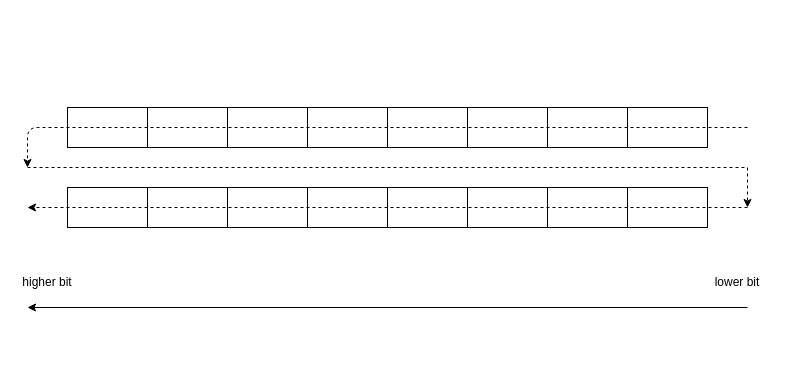
Above: vector1.drawio in Ziyue-Zhang/draw_picture (draw.io), before the change. Source tidied: cells renumbered, new cells numbered last; positions are measured from the earlier drawing's top-left corner, leaving out a move shared by most shapes. Both pictures are drawn from the tidied source at 100%, with x=0, y=0 at pixel (17, 107).
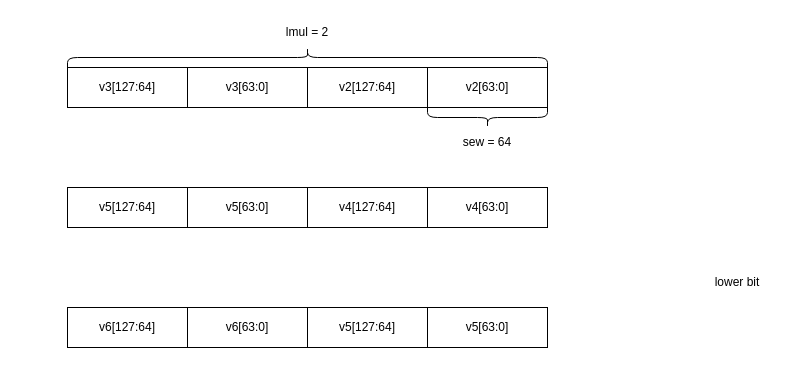
The same page after the edit.

What changed in the source:
```diff
@@
-    <mxCell id="2" style="rounded=0;whiteSpace=wrap;html=1;" parent="1" vertex="1">
-      <mxGeometry x="50" width="80" height="40" as="geometry" />
-    </mxCell>
-    <mxCell id="3" style="rounded=0;whiteSpace=wrap;html=1;" parent="1" vertex="1">
-      <mxGeometry x="130" width="80" height="40" as="geometry" />
-    </mxCell>
-    <mxCell id="4" style="rounded=0;whiteSpace=wrap;html=1;" parent="1" vertex="1">
-      <mxGeometry x="210" width="80" height="40" as="geometry" />
-    </mxCell>
-    <mxCell id="5" style="rounded=0;whiteSpace=wrap;html=1;" parent="1" vertex="1">
-      <mxGeometry x="290" width="80" height="40" as="geometry" />
-    </mxCell>
-    <mxCell id="6" style="rounded=0;whiteSpace=wrap;html=1;" parent="1" vertex="1">
-      <mxGeometry x="370" width="80" height="40" as="geometry" />
-    </mxCell>
-    <mxCell id="7" style="rounded=0;whiteSpace=wrap;html=1;" parent="1" vertex="1">
-      <mxGeometry x="450" width="80" height="40" as="geometry" />
-    </mxCell>
-    <mxCell id="8" style="rounded=0;whiteSpace=wrap;html=1;" parent="1" vertex="1">
-      <mxGeometry x="530" width="80" height="40" as="geometry" />
-    </mxCell>
-    <mxCell id="9" style="rounded=0;whiteSpace=wrap;html=1;" parent="1" vertex="1">
-      <mxGeometry x="610" width="80" height="40" as="geometry" />
-    </mxCell>
-    <mxCell id="10" style="rounded=0;whiteSpace=wrap;html=1;" parent="1" vertex="1">
-      <mxGeometry x="50" y="80" width="80" height="40" as="geometry" />
-    </mxCell>
-    <mxCell id="11" style="rounded=0;whiteSpace=wrap;html=1;" parent="1" vertex="1">
-      <mxGeometry x="130" y="80" width="80" height="40" as="geometry" />
-    </mxCell>
-    <mxCell id="12" style="rounded=0;whiteSpace=wrap;html=1;" parent="1" vertex="1">
-      <mxGeometry x="210" y="80" width="80" height="40" as="geometry" />
-    </mxCell>
-    <mxCell id="13" style="rounded=0;whiteSpace=wrap;html=1;" parent="1" vertex="1">
-      <mxGeometry x="290" y="80" width="80" height="40" as="geometry" />
-    </mxCell>
-    <mxCell id="14" style="rounded=0;whiteSpace=wrap;html=1;" parent="1" vertex="1">
-      <mxGeometry x="370" y="80" width="80" height="40" as="geometry" />
-    </mxCell>
-    <mxCell id="15" style="rounded=0;whiteSpace=wrap;html=1;" parent="1" vertex="1">
-      <mxGeometry x="450" y="80" width="80" height="40" as="geometry" />
-    </mxCell>
-    <mxCell id="16" style="rounded=0;whiteSpace=wrap;html=1;" parent="1" vertex="1">
-      <mxGeometry x="530" y="80" width="80" height="40" as="geometry" />
-    </mxCell>
-    <mxCell id="17" style="rounded=0;whiteSpace=wrap;html=1;" parent="1" vertex="1">
-      <mxGeometry x="610" y="80" width="80" height="40" as="geometry" />
-    </mxCell>
-    <mxCell id="18" style="endArrow=classic;html=1;rounded=1;dashed=1;" parent="1" edge="1">
-      <mxGeometry relative="1" as="geometry">
-        <mxPoint x="730" y="20" as="sourcePoint" />
-        <mxPoint x="10" y="60" as="targetPoint" />
-        <Array as="points">
-          <mxPoint x="10" y="20" />
-        </Array>
-      </mxGeometry>
-    </mxCell>
-    <mxCell id="19" style="endArrow=classic;html=1;rounded=0;" parent="1" edge="1">
-      <mxGeometry relative="1" as="geometry">
-        <mxPoint x="730" y="200" as="sourcePoint" />
-        <mxPoint x="10" y="200" as="targetPoint" />
-      </mxGeometry>
-    </mxCell>
-    <mxCell id="20" value="higher bit" style="text;html=1;strokeColor=none;fillColor=none;align=center;verticalAlign=middle;whiteSpace=wrap;rounded=0;" parent="1" vertex="1">
-      <mxGeometry y="160" width="60" height="30" as="geometry" />
-    </mxCell>
+    <mxCell id="24" style="rounded=0;whiteSpace=wrap;html=1;" parent="1" vertex="1">
+      <mxGeometry x="290" y="-40" width="240" height="40" as="geometry" />
+    </mxCell>
+    <mxCell id="25" style="rounded=0;whiteSpace=wrap;html=1;" parent="1" vertex="1">
+      <mxGeometry x="210" y="-40" width="200" height="40" as="geometry" />
+    </mxCell>
+    <mxCell id="26" style="rounded=0;whiteSpace=wrap;html=1;" parent="1" vertex="1">
+      <mxGeometry x="130" y="-40" width="160" height="40" as="geometry" />
+    </mxCell>
+    <mxCell id="27" style="rounded=0;whiteSpace=wrap;html=1;" parent="1" vertex="1">
+      <mxGeometry x="50" y="-40" width="120" height="40" as="geometry" />
+    </mxCell>
@@
-    <mxCell id="22" style="endArrow=classic;html=1;rounded=0;dashed=1;" parent="1" edge="1">
-      <mxGeometry relative="1" as="geometry">
-        <mxPoint x="10" y="60" as="sourcePoint" />
-        <mxPoint x="730" y="100" as="targetPoint" />
-        <Array as="points">
-          <mxPoint x="730" y="60" />
-        </Array>
-      </mxGeometry>
-    </mxCell>
-    <mxCell id="23" style="endArrow=classic;html=1;rounded=0;dashed=1;" parent="1" edge="1">
-      <mxGeometry relative="1" as="geometry">
-        <mxPoint x="730" y="100" as="sourcePoint" />
-        <mxPoint x="10" y="100" as="targetPoint" />
-      </mxGeometry>
-    </mxCell>
+    <mxCell id="28" value="v3[127:64]" style="text;html=1;strokeColor=none;fillColor=none;align=center;verticalAlign=middle;whiteSpace=wrap;rounded=0;" parent="1" vertex="1">
+      <mxGeometry x="80" y="-35" width="60" height="30" as="geometry" />
+    </mxCell>
+    <mxCell id="29" value="v3[63:0]" style="text;html=1;strokeColor=none;fillColor=none;align=center;verticalAlign=middle;whiteSpace=wrap;rounded=0;" parent="1" vertex="1">
+      <mxGeometry x="200" y="-35" width="60" height="30" as="geometry" />
+    </mxCell>
+    <mxCell id="30" value="v2[127:64]" style="text;html=1;strokeColor=none;fillColor=none;align=center;verticalAlign=middle;whiteSpace=wrap;rounded=0;" parent="1" vertex="1">
+      <mxGeometry x="320" y="-35" width="60" height="30" as="geometry" />
+    </mxCell>
+    <mxCell id="31" value="v2[63:0]" style="text;html=1;strokeColor=none;fillColor=none;align=center;verticalAlign=middle;whiteSpace=wrap;rounded=0;" parent="1" vertex="1">
+      <mxGeometry x="440" y="-35" width="60" height="30" as="geometry" />
+    </mxCell>
+    <mxCell id="32" style="rounded=0;whiteSpace=wrap;html=1;" parent="1" vertex="1">
+      <mxGeometry x="290" y="80" width="240" height="40" as="geometry" />
+    </mxCell>
+    <mxCell id="33" style="rounded=0;whiteSpace=wrap;html=1;" parent="1" vertex="1">
+      <mxGeometry x="210" y="80" width="200" height="40" as="geometry" />
+    </mxCell>
+    <mxCell id="34" style="rounded=0;whiteSpace=wrap;html=1;" parent="1" vertex="1">
+      <mxGeometry x="130" y="80" width="160" height="40" as="geometry" />
+    </mxCell>
+    <mxCell id="35" style="rounded=0;whiteSpace=wrap;html=1;" parent="1" vertex="1">
+      <mxGeometry x="50" y="80" width="120" height="40" as="geometry" />
+    </mxCell>
+    <mxCell id="36" value="v5[127:64]" style="text;html=1;strokeColor=none;fillColor=none;align=center;verticalAlign=middle;whiteSpace=wrap;rounded=0;" parent="1" vertex="1">
+      <mxGeometry x="80" y="85" width="60" height="30" as="geometry" />
+    </mxCell>
+    <mxCell id="37" value="v5[63:0]" style="text;html=1;strokeColor=none;fillColor=none;align=center;verticalAlign=middle;whiteSpace=wrap;rounded=0;" parent="1" vertex="1">
+      <mxGeometry x="200" y="85" width="60" height="30" as="geometry" />
+    </mxCell>
+    <mxCell id="38" value="v4[127:64]" style="text;html=1;strokeColor=none;fillColor=none;align=center;verticalAlign=middle;whiteSpace=wrap;rounded=0;" parent="1" vertex="1">
+      <mxGeometry x="320" y="85" width="60" height="30" as="geometry" />
+    </mxCell>
+    <mxCell id="39" value="v4[63:0]" style="text;html=1;strokeColor=none;fillColor=none;align=center;verticalAlign=middle;whiteSpace=wrap;rounded=0;" parent="1" vertex="1">
+      <mxGeometry x="440" y="85" width="60" height="30" as="geometry" />
+    </mxCell>
+    <mxCell id="40" style="rounded=0;whiteSpace=wrap;html=1;" parent="1" vertex="1">
+      <mxGeometry x="290" y="200" width="240" height="40" as="geometry" />
+    </mxCell>
+    <mxCell id="41" style="rounded=0;whiteSpace=wrap;html=1;" parent="1" vertex="1">
+      <mxGeometry x="210" y="200" width="200" height="40" as="geometry" />
+    </mxCell>
+    <mxCell id="42" style="rounded=0;whiteSpace=wrap;html=1;" parent="1" vertex="1">
+      <mxGeometry x="130" y="200" width="160" height="40" as="geometry" />
+    </mxCell>
+    <mxCell id="43" style="rounded=0;whiteSpace=wrap;html=1;" parent="1" vertex="1">
+      <mxGeometry x="50" y="200" width="120" height="40" as="geometry" />
+    </mxCell>
+    <mxCell id="44" value="v6[127:64]" style="text;html=1;strokeColor=none;fillColor=none;align=center;verticalAlign=middle;whiteSpace=wrap;rounded=0;" parent="1" vertex="1">
+      <mxGeometry x="80" y="205" width="60" height="30" as="geometry" />
+    </mxCell>
+    <mxCell id="45" value="v6[63:0]" style="text;html=1;strokeColor=none;fillColor=none;align=center;verticalAlign=middle;whiteSpace=wrap;rounded=0;" parent="1" vertex="1">
+      <mxGeometry x="200" y="205" width="60" height="30" as="geometry" />
+    </mxCell>
+    <mxCell id="46" value="v5[127:64]" style="text;html=1;strokeColor=none;fillColor=none;align=center;verticalAlign=middle;whiteSpace=wrap;rounded=0;" parent="1" vertex="1">
+      <mxGeometry x="320" y="205" width="60" height="30" as="geometry" />
+    </mxCell>
+    <mxCell id="47" value="v5[63:0]" style="text;html=1;strokeColor=none;fillColor=none;align=center;verticalAlign=middle;whiteSpace=wrap;rounded=0;" parent="1" vertex="1">
+      <mxGeometry x="440" y="205" width="60" height="30" as="geometry" />
+    </mxCell>
+    <mxCell id="48" style="shape=curlyBracket;whiteSpace=wrap;html=1;rounded=1;flipH=1;labelPosition=right;verticalLabelPosition=middle;align=left;verticalAlign=middle;flipV=1;direction=north;" parent="1" vertex="1">
+      <mxGeometry x="50" y="-60" width="480" height="20" as="geometry" />
+    </mxCell>
+    <mxCell id="49" value="lmul = 2" style="text;html=1;strokeColor=none;fillColor=none;align=center;verticalAlign=middle;whiteSpace=wrap;rounded=0;" parent="1" vertex="1">
+      <mxGeometry x="260" y="-90" width="60" height="30" as="geometry" />
+    </mxCell>
+    <mxCell id="50" style="shape=curlyBracket;whiteSpace=wrap;html=1;rounded=1;flipH=1;labelPosition=right;verticalLabelPosition=middle;align=left;verticalAlign=middle;direction=north;" parent="1" vertex="1">
+      <mxGeometry x="410" width="120" height="20" as="geometry" />
+    </mxCell>
+    <mxCell id="51" value="sew = 64" style="text;html=1;strokeColor=none;fillColor=none;align=center;verticalAlign=middle;whiteSpace=wrap;rounded=0;" parent="1" vertex="1">
+      <mxGeometry x="440" y="20" width="60" height="30" as="geometry" />
+    </mxCell>
```
